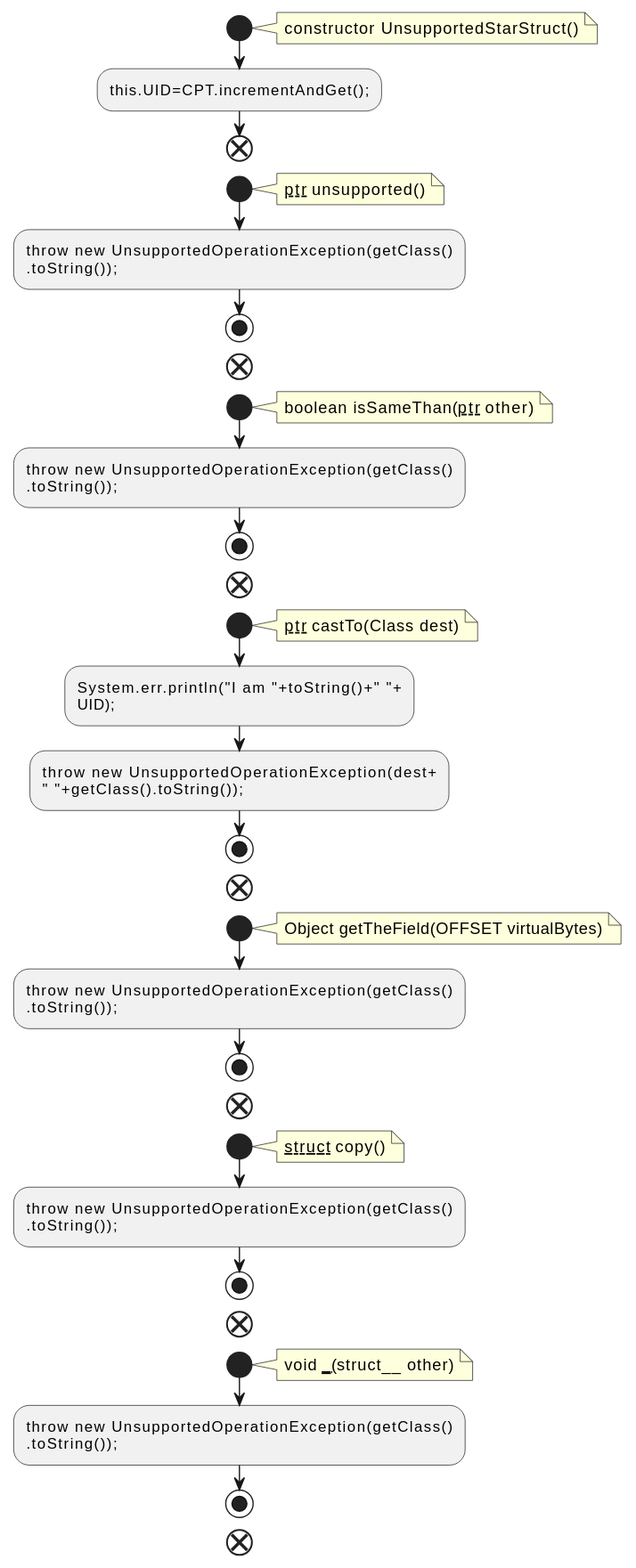
Earlier version of the PlantUML export docs/qc/src/smetana/core/UnsupportedStarStruct.java.fct.svg (qualitesys/plantuml).
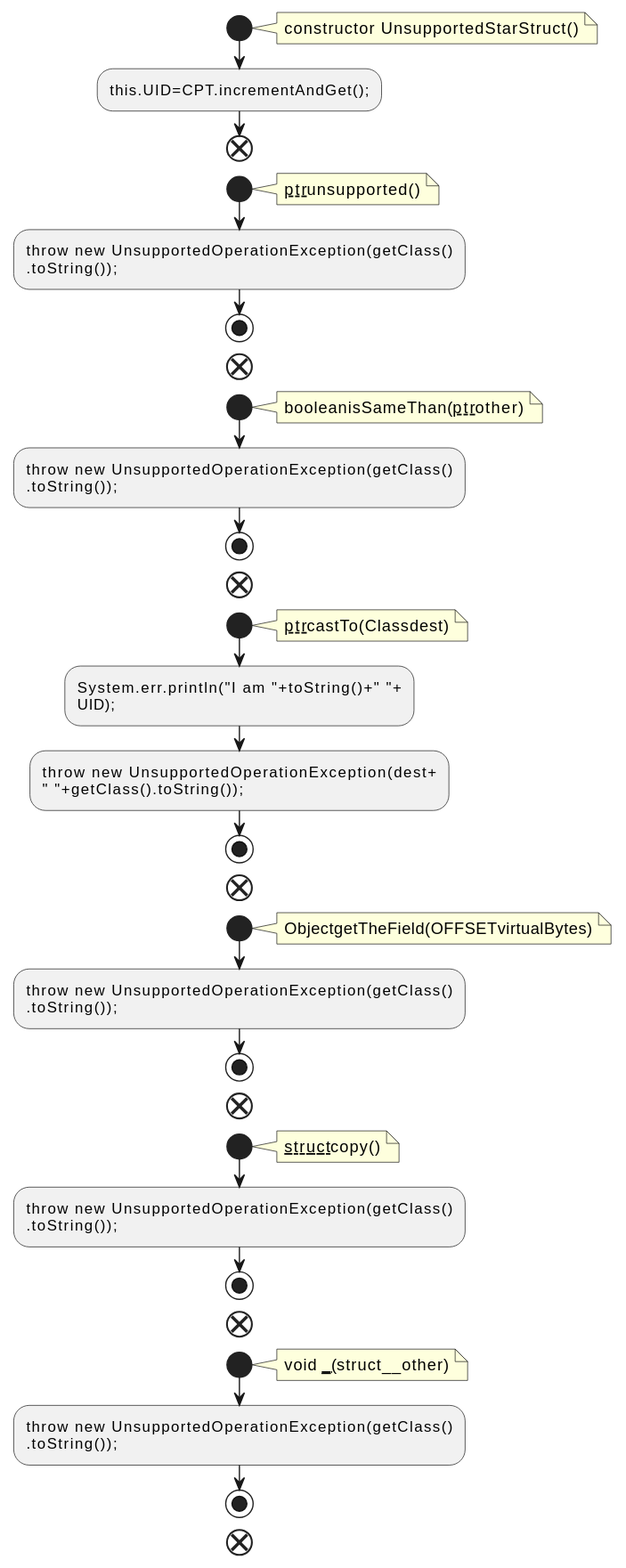
Later version of the same file.

The edit, as a diff of the source:
```diff
@@ -8,7 +8,7 @@
 end
 start
 note right
-__ptr__ unsupported()
+__ptr__unsupported()
 end note
 :throw new UnsupportedOperationException(getClass()
 .toString());;
@@ -16,7 +16,7 @@
 end
 start
 note right
-boolean isSameThan(__ptr__ other)
+booleanisSameThan(__ptr__other)
 end note
 :throw new UnsupportedOperationException(getClass()
 .toString());;
@@ -24,7 +24,7 @@
 end
 start
 note right
-__ptr__ castTo(Class dest)
+__ptr__castTo(Classdest)
 end note
 :System.err.println("I am "+toString()+" "+
 UID);;
@@ -34,7 +34,7 @@
 end
 start
 note right
-Object getTheField(OFFSET virtualBytes)
+ObjectgetTheField(OFFSETvirtualBytes)
 end note
 :throw new UnsupportedOperationException(getClass()
 .toString());;
@@ -42,7 +42,7 @@
 end
 start
 note right
-__struct__ copy()
+__struct__copy()
 end note
 :throw new UnsupportedOperationException(getClass()
 .toString());;
@@ -50,7 +50,7 @@
 end
 start
 note right
-void ___(__struct__ other)
+void ___(__struct__other)
 end note
 :throw new UnsupportedOperationException(getClass()
 .toString());;
```
